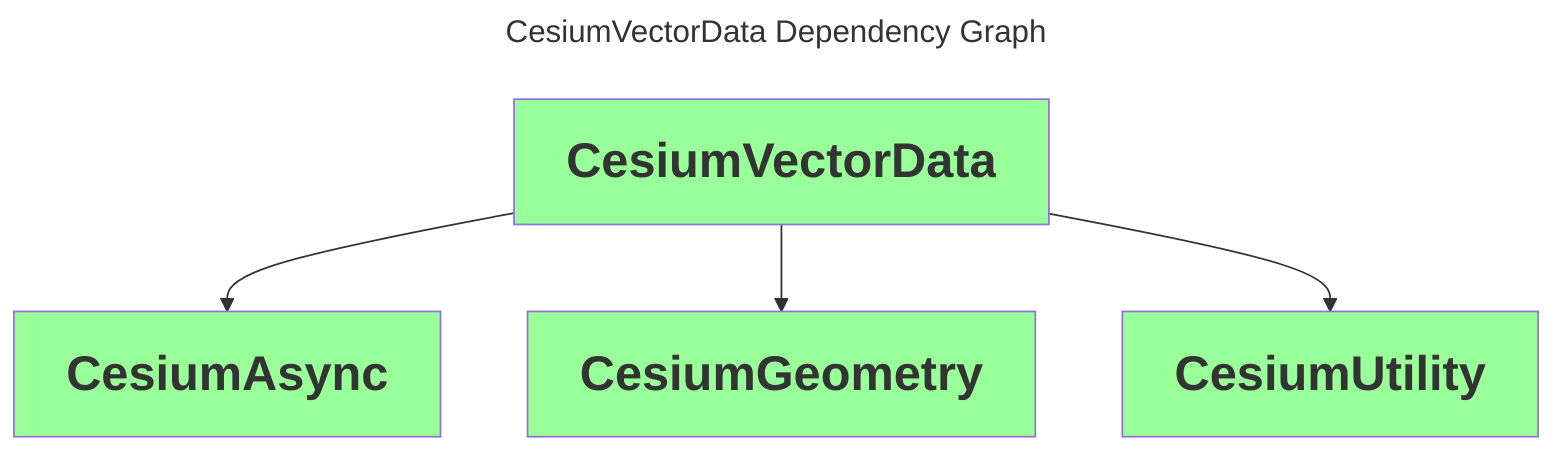
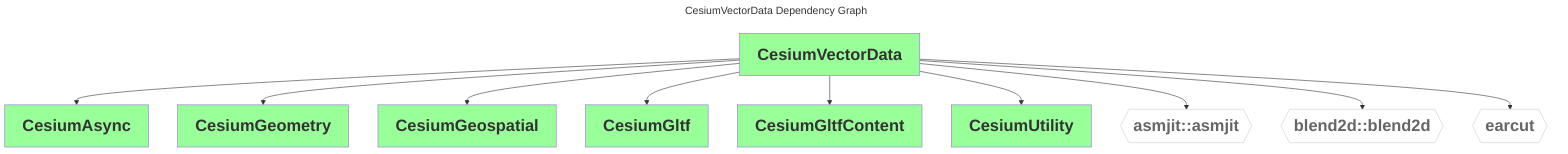
---
comment: This file was generated by dep-graph-gen. DO NOT EDIT THIS FILE!

title: CesiumVectorData Dependency Graph
---
graph TD
  classDef dependencyNode fill:#fff,stroke:#ccc,color:#666,font-weight:bold,font-size:28px
  classDef libraryNode fill:#9f9,font-weight:bold,font-size:28px
  CesiumVectorData[CesiumVectorData] --> CesiumAsync[CesiumAsync]
  CesiumVectorData[CesiumVectorData] --> CesiumGeometry[CesiumGeometry]
+   CesiumVectorData[CesiumVectorData] --> CesiumGeospatial[CesiumGeospatial]
+   CesiumVectorData[CesiumVectorData] --> CesiumGltf[CesiumGltf]
+   CesiumVectorData[CesiumVectorData] --> CesiumGltfContent[CesiumGltfContent]
  CesiumVectorData[CesiumVectorData] --> CesiumUtility[CesiumUtility]
-   class CesiumAsync,CesiumGeometry,CesiumUtility,CesiumVectorData libraryNode
+   CesiumVectorData[CesiumVectorData] --> asmjit_asmjit{{asmjit::asmjit}}
+   CesiumVectorData[CesiumVectorData] --> blend2d_blend2d{{blend2d::blend2d}}
+   CesiumVectorData[CesiumVectorData] --> earcut{{earcut}}
+   class asmjit_asmjit,blend2d_blend2d,earcut dependencyNode
+   class CesiumAsync,CesiumGeometry,CesiumGeospatial,CesiumGltf,CesiumGltfContent,CesiumUtility,CesiumVectorData libraryNode
